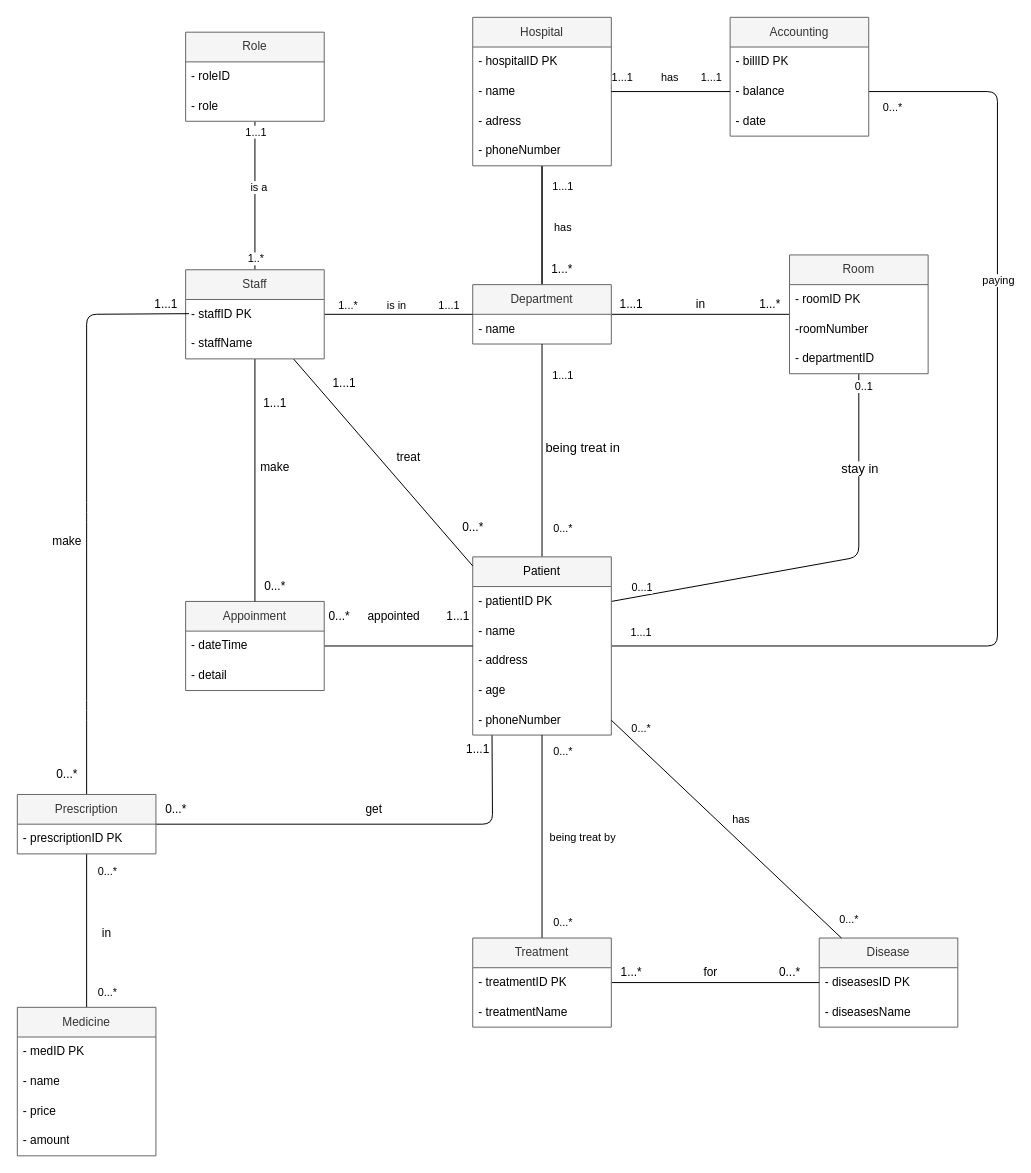
Before: page "Page-1" (1 of 2) of drawio/er.drawio in ReggieReo/MaiChaiNaHH-Hospital, a draw.io diagram. Source tidied: cells renumbered, new cells numbered last; positions are measured from the earlier drawing's top-left corner, leaving out a move shared by most shapes. Both pictures are drawn from the tidied source at 99%, with x=0, y=0 at pixel (17, 17).
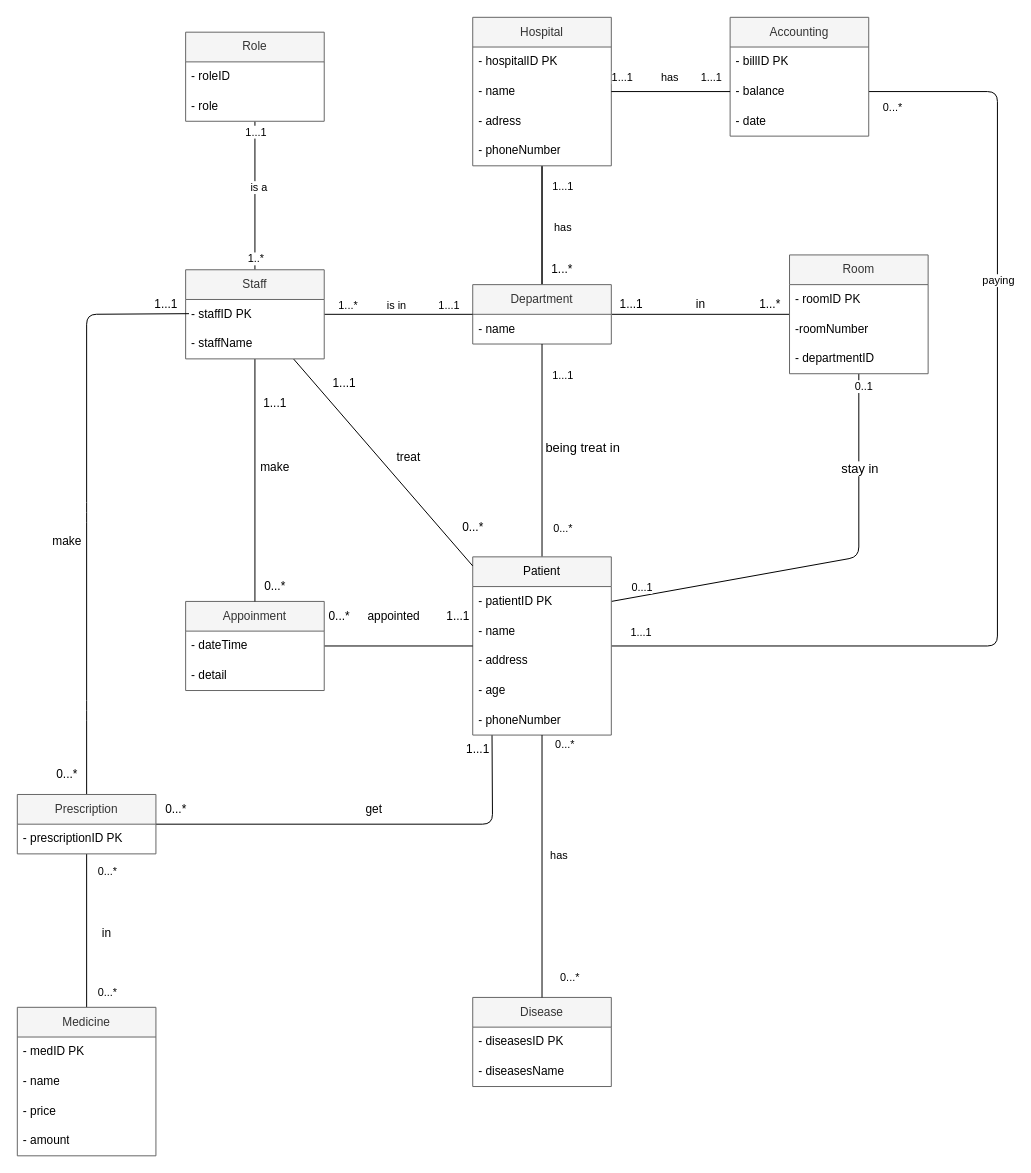
After the change.

Unchanged cells that the change refers to:
```xml
<mxCell id="28" value="&lt;span style=&quot;caret-color: rgb(0, 0, 0); color: rgb(0, 0, 0); text-align: start;&quot; id=&quot;docs-internal-guid-d8c73876-7fff-4ada-b6eb-b3c8dad0a34c&quot;&gt;&lt;p style=&quot;line-height: 1.38; margin-top: 0pt; margin-bottom: 0pt;&quot; dir=&quot;ltr&quot;&gt;&lt;span style=&quot;font-family: Arial, sans-serif; background-color: transparent; font-variant-alternates: normal; font-variant-numeric: normal; font-variant-east-asian: normal; vertical-align: baseline;&quot;&gt;&lt;font style=&quot;font-size: 12px;&quot;&gt;Patient&lt;/font&gt;&lt;/span&gt;&lt;/p&gt;&lt;/span&gt;" style="swimlane;fontStyle=0;horizontal=1;startSize=30;whiteSpace=wrap;html=1;fontColor=#333333;fillColor=#f5f5f5;strokeColor=#666666;gradientColor=none;swimlaneFillColor=#FFFFFF;" parent="1" vertex="1">
  <mxGeometry x="460" y="545" width="140" height="180" as="geometry" />
</mxCell>
<mxCell id="33" value="- phoneNumber&amp;nbsp;" style="text;strokeColor=none;fillColor=none;align=left;verticalAlign=middle;spacingLeft=4;spacingRight=4;overflow=hidden;points=[[0,0.5],[1,0.5]];portConstraint=eastwest;whiteSpace=wrap;html=1;fontColor=#000000;" parent="28" vertex="1">
  <mxGeometry y="150" width="140" height="30" as="geometry" />
</mxCell>
```

What changed in the source:
```diff
@@
     <mxCell id="62" value="Disease" style="swimlane;fontStyle=0;horizontal=1;startSize=30;whiteSpace=wrap;html=1;fontColor=#333333;fillColor=#f5f5f5;strokeColor=#666666;gradientColor=none;swimlaneFillColor=#FFFFFF;" parent="1" vertex="1">
-      <mxGeometry x="810" y="930" width="140" height="90" as="geometry" />
+      <mxGeometry x="460" y="990" width="140" height="90" as="geometry" />
     </mxCell>
@@
-    <mxCell id="65" style="edgeStyle=none;html=1;endArrow=none;endFill=0;strokeColor=#000000;" parent="1" edge="1" source="71" target="28">
-      <mxGeometry relative="1" as="geometry" />
-    </mxCell>
-    <mxCell id="66" value="0...*" style="edgeLabel;html=1;align=center;verticalAlign=middle;fontSize=11;fontColor=#000000;labelBackgroundColor=#FFFFFF;" parent="65" vertex="1">
-      <mxGeometry x="0.75" relative="1" as="geometry">
-        <mxPoint x="20" y="-10" as="offset" />
-      </mxGeometry>
-    </mxCell>
-    <mxCell id="67" value="0...*" style="edgeLabel;html=1;align=center;verticalAlign=middle;fontSize=11;fontColor=#000000;labelBackgroundColor=#FFFFFF;" parent="65" vertex="1">
-      <mxGeometry x="-0.72" y="-2" relative="1" as="geometry">
-        <mxPoint x="18" y="12" as="offset" />
-      </mxGeometry>
-    </mxCell>
-    <mxCell id="68" style="edgeLabel;html=1;align=center;verticalAlign=middle;fontSize=11;" parent="65" vertex="1">
-      <mxGeometry x="-0.05" y="-2" relative="1" as="geometry" />
-    </mxCell>
-    <mxCell id="69" value="being treat by" style="edgeLabel;html=1;align=center;verticalAlign=middle;fontSize=11;fontColor=#000000;labelBackgroundColor=#FFFFFF;" parent="65" vertex="1">
-      <mxGeometry y="-1" relative="1" as="geometry">
-        <mxPoint x="39" as="offset" />
-      </mxGeometry>
-    </mxCell>
-    <mxCell id="70" style="edgeStyle=none;html=1;endArrow=none;endFill=0;strokeColor=#000000;" parent="1" edge="1" source="71" target="62">
-      <mxGeometry relative="1" as="geometry" />
-    </mxCell>
-    <mxCell id="71" value="Treatment" style="swimlane;fontStyle=0;horizontal=1;startSize=30;whiteSpace=wrap;html=1;fontColor=#333333;fillColor=#f5f5f5;strokeColor=#666666;gradientColor=none;swimlaneFillColor=#FFFFFF;" parent="1" vertex="1">
-      <mxGeometry x="460" y="930" width="140" height="90" as="geometry" />
-    </mxCell>
-    <mxCell id="72" value="- treatmentID PK" style="text;strokeColor=none;fillColor=none;align=left;verticalAlign=middle;spacingLeft=4;spacingRight=4;overflow=hidden;whiteSpace=wrap;html=1;fontColor=#000000;" parent="71" vertex="1">
-      <mxGeometry y="30" width="140" height="30" as="geometry" />
-    </mxCell>
-    <mxCell id="73" value="- treatmentName" style="text;strokeColor=none;fillColor=none;align=left;verticalAlign=middle;spacingLeft=4;spacingRight=4;overflow=hidden;whiteSpace=wrap;html=1;fontColor=#000000;" parent="71" vertex="1">
-      <mxGeometry y="60" width="140" height="30" as="geometry" />
-    </mxCell>
@@
-    <mxCell id="99" value="1...*" style="text;html=1;align=center;verticalAlign=middle;strokeColor=none;fillColor=none;fontColor=#000000;" parent="1" vertex="1">
-      <mxGeometry x="600" y="950" width="40" height="30" as="geometry" />
-    </mxCell>
-    <mxCell id="100" value="0...*" style="text;html=1;align=center;verticalAlign=middle;strokeColor=none;fillColor=none;fontColor=#000000;" parent="1" vertex="1">
-      <mxGeometry x="760" y="950" width="40" height="30" as="geometry" />
-    </mxCell>
-    <mxCell id="101" value="for" style="text;html=1;align=center;verticalAlign=middle;strokeColor=none;fillColor=none;fontColor=#000000;labelBackgroundColor=#FFFFFF;" parent="1" vertex="1">
-      <mxGeometry x="680" y="950" width="40" height="30" as="geometry" />
-    </mxCell>
@@
-    <mxCell id="108" style="edgeStyle=none;html=1;exitX=1;exitY=0.5;exitDx=0;exitDy=0;endArrow=none;endFill=0;" parent="1" edge="1" source="33" target="62">
+    <mxCell id="108" style="edgeStyle=none;html=1;endArrow=none;endFill=0;" parent="1" edge="1" source="28" target="62">
       <mxGeometry relative="1" as="geometry" />
     </mxCell>
```
